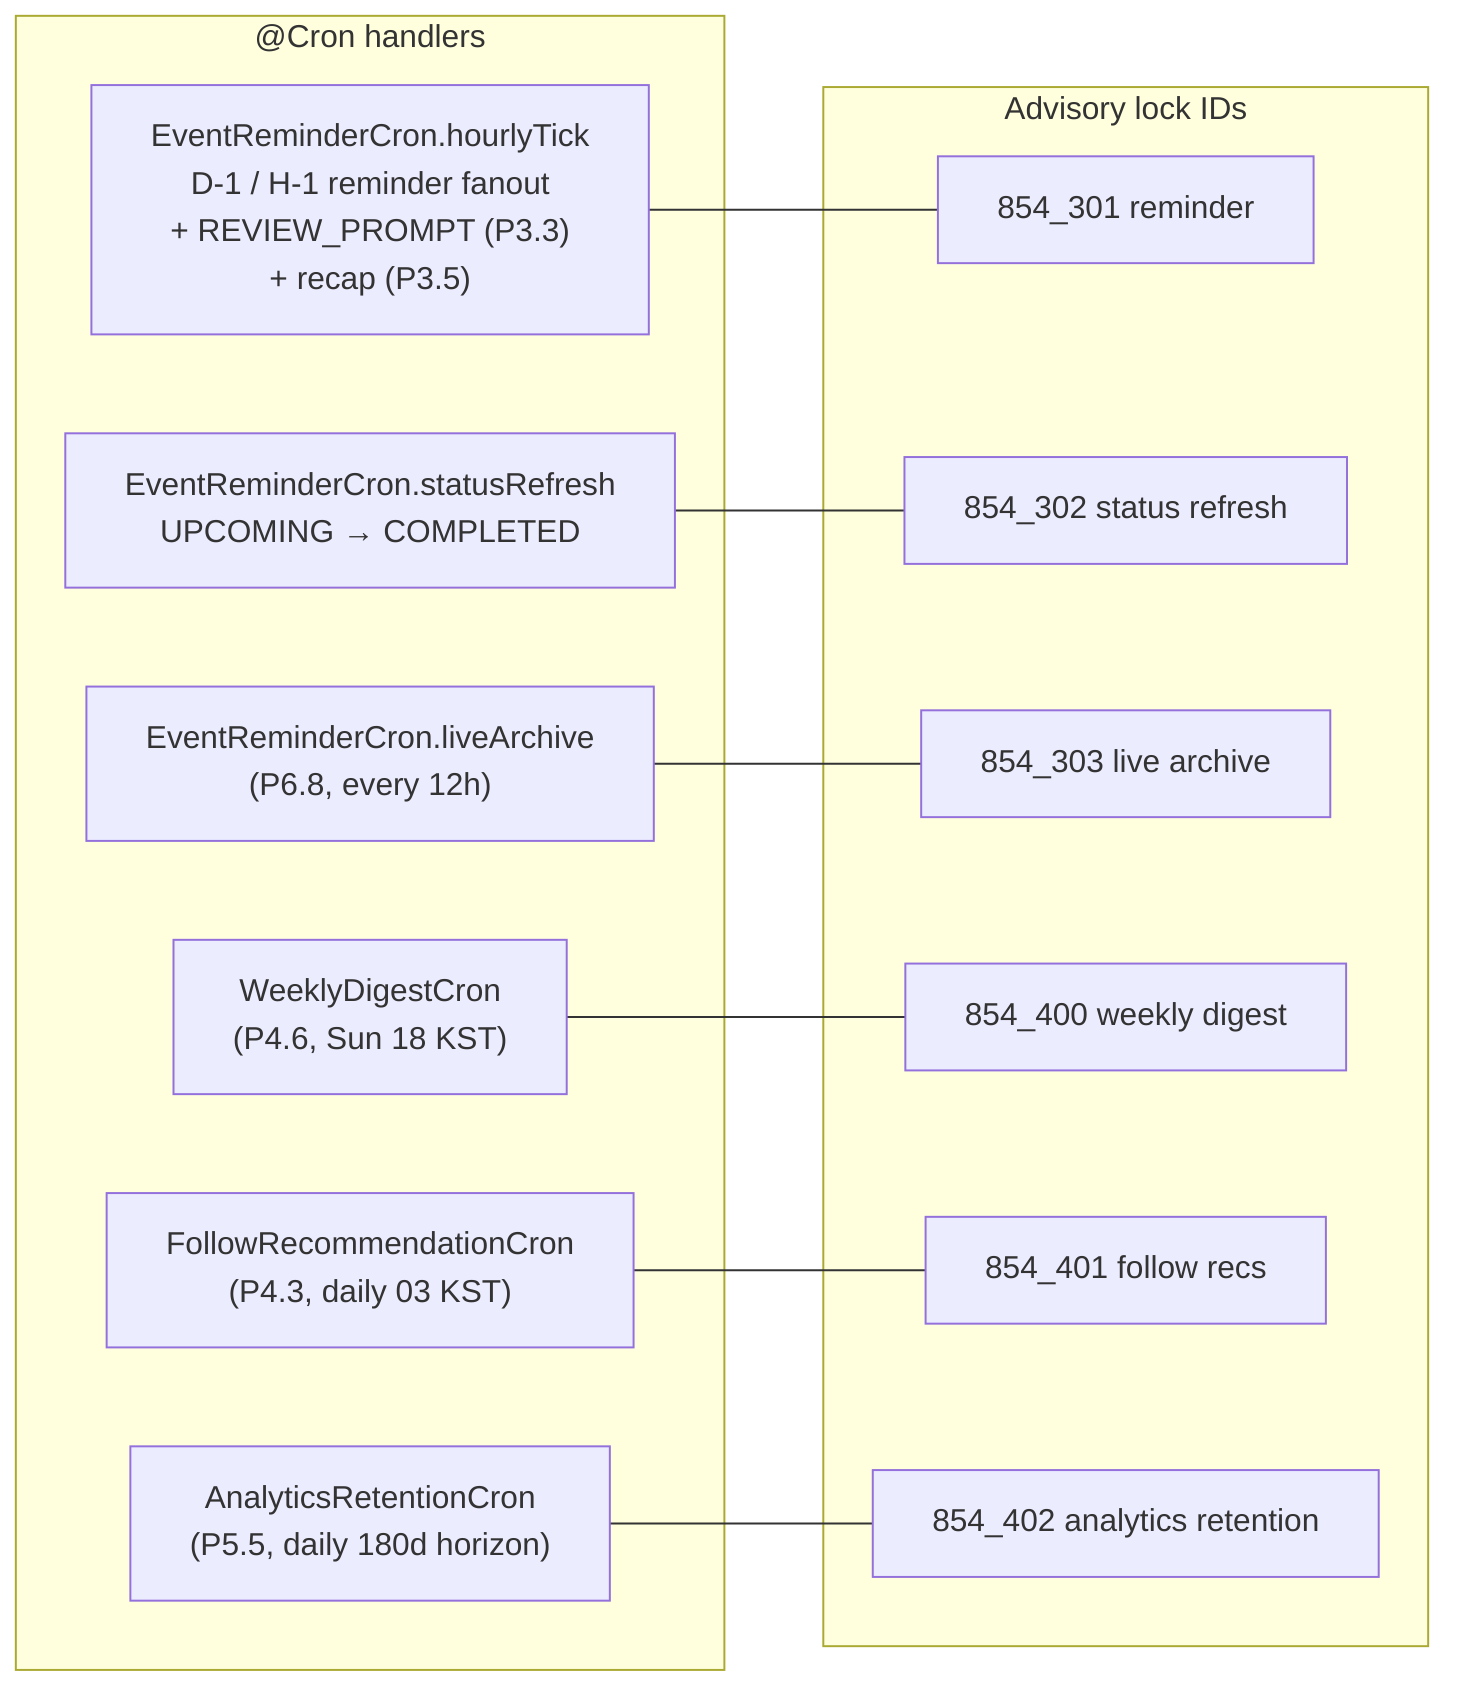
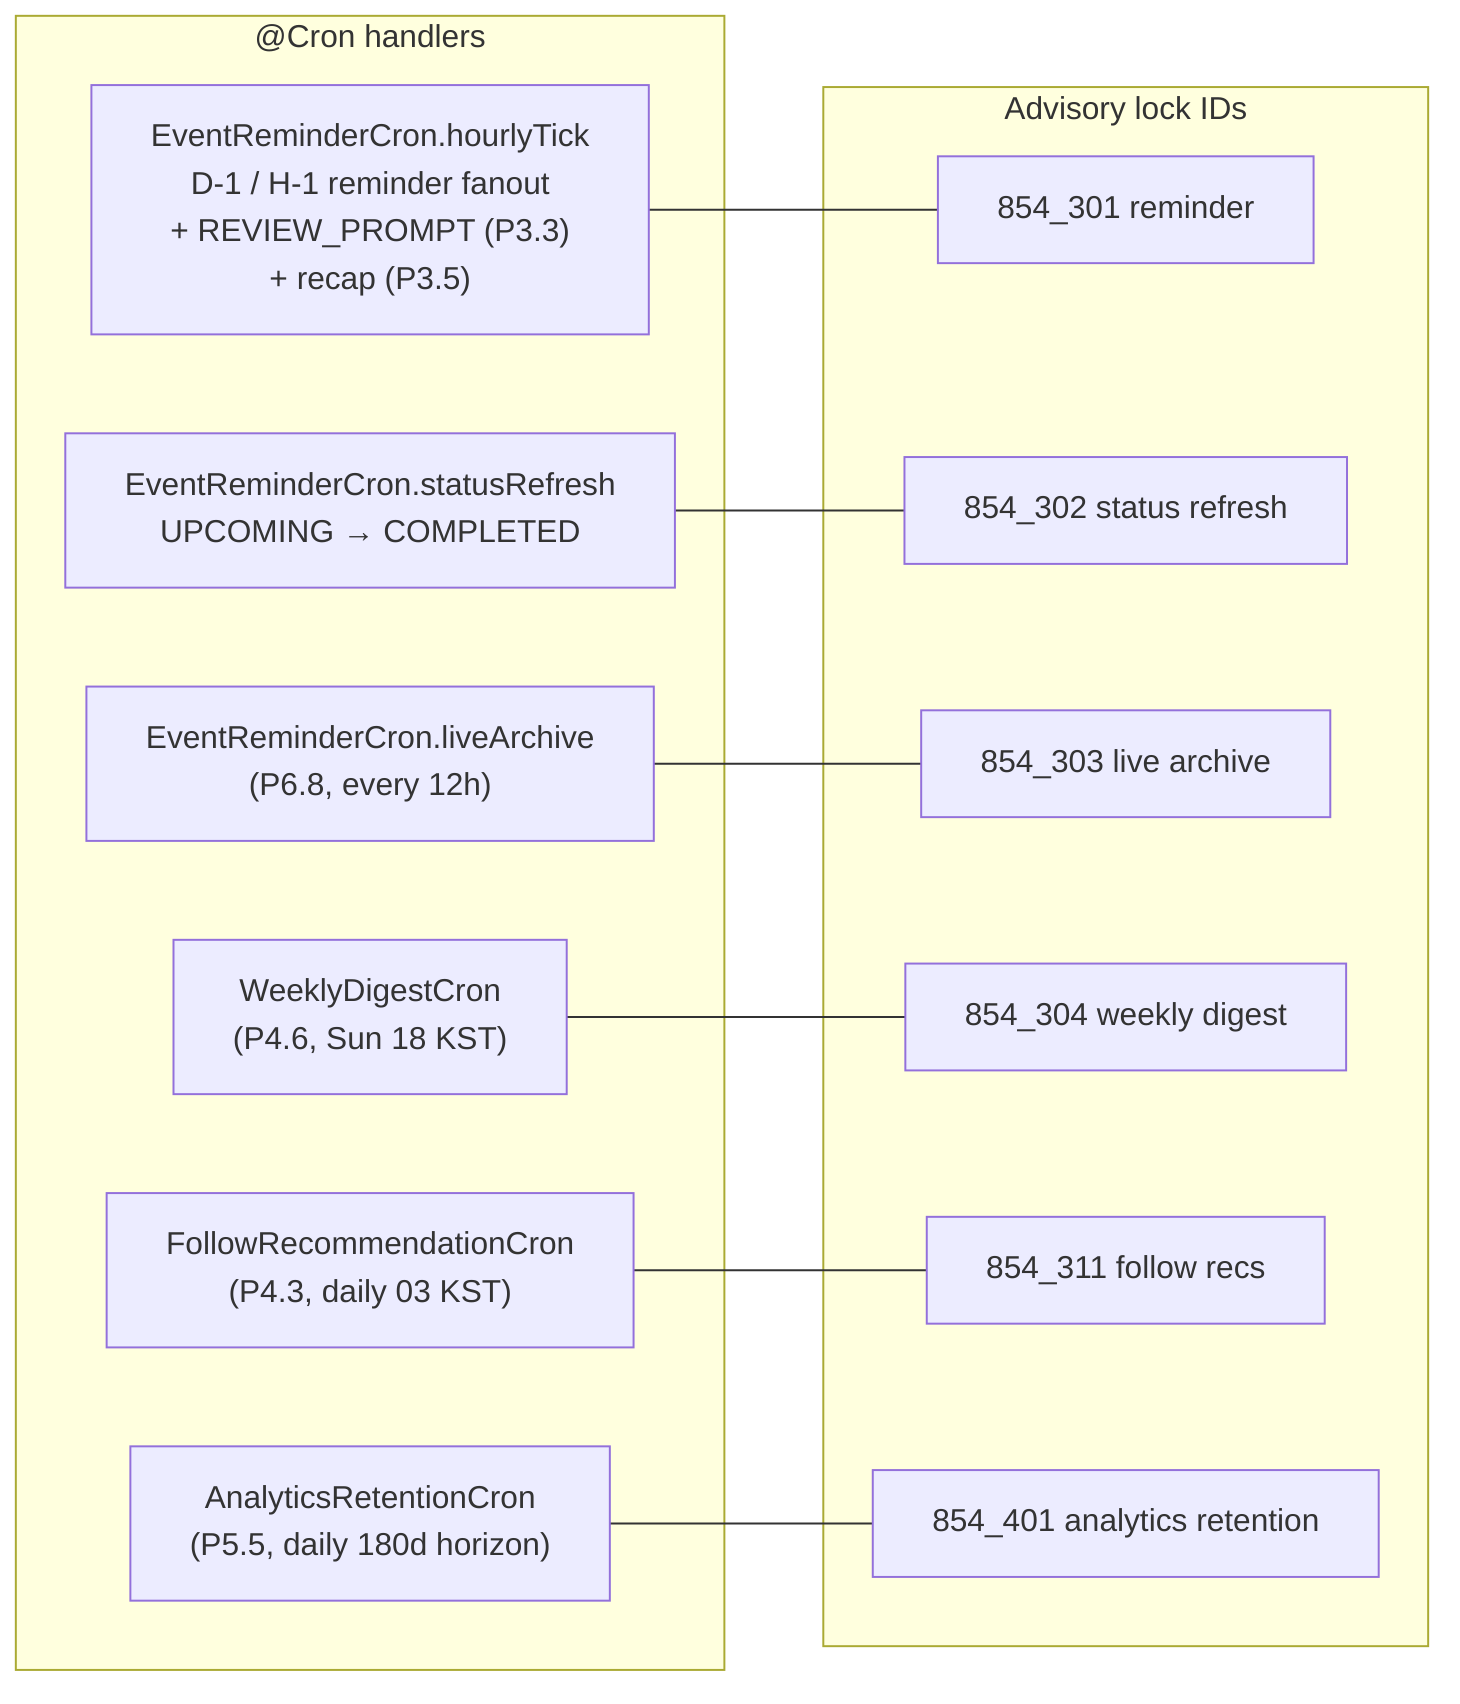
flowchart LR
    subgraph Crons["@Cron handlers"]
        D1["EventReminderCron.hourlyTick<br/>D-1 / H-1 reminder fanout<br/>+ REVIEW_PROMPT (P3.3)<br/>+ recap (P3.5)"]
        D2["EventReminderCron.statusRefresh<br/>UPCOMING → COMPLETED"]
        D3["EventReminderCron.liveArchive<br/>(P6.8, every 12h)"]
        D4["WeeklyDigestCron<br/>(P4.6, Sun 18 KST)"]
        D5["FollowRecommendationCron<br/>(P4.3, daily 03 KST)"]
        D6["AnalyticsRetentionCron<br/>(P5.5, daily 180d horizon)"]
    end

    subgraph Locks["Advisory lock IDs"]
        L1["854_301 reminder"]
        L2["854_302 status refresh"]
        L3["854_303 live archive"]
-         L4["854_400 weekly digest"]
-         L5["854_401 follow recs"]
-         L6["854_402 analytics retention"]
+         L4["854_304 weekly digest"]
+         L5["854_311 follow recs"]
+         L6["854_401 analytics retention"]
    end

    D1 --- L1
    D2 --- L2
    D3 --- L3
    D4 --- L4
    D5 --- L5
    D6 --- L6
